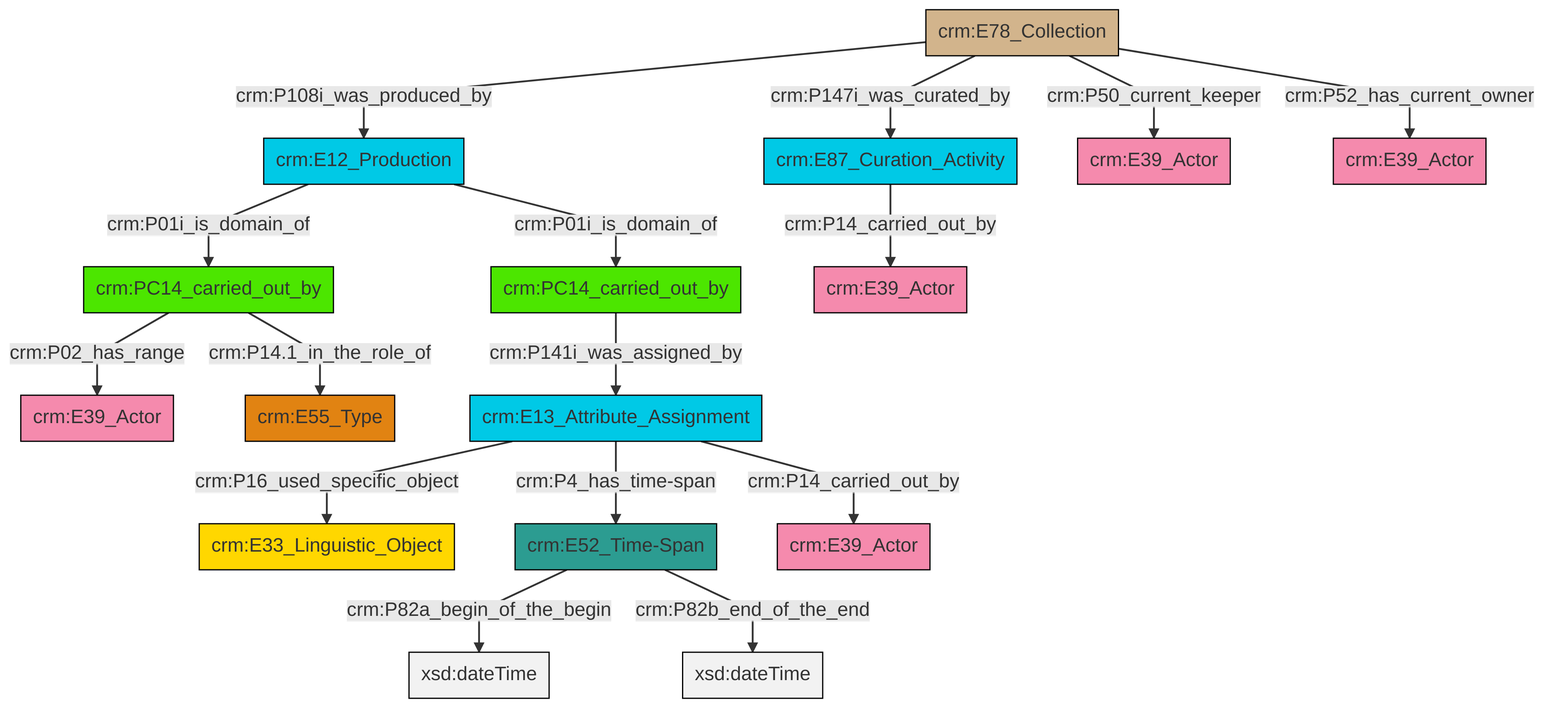
Above: et/archivalCSV/ttl/mmd/png/archival_relation.png in swiss-art-research-net/docs.swissartresearch (Mermaid), before the change. Its source is kept beside it as et/archivalCSV/ttl/mmd/archival_relation.ttl.mmd.
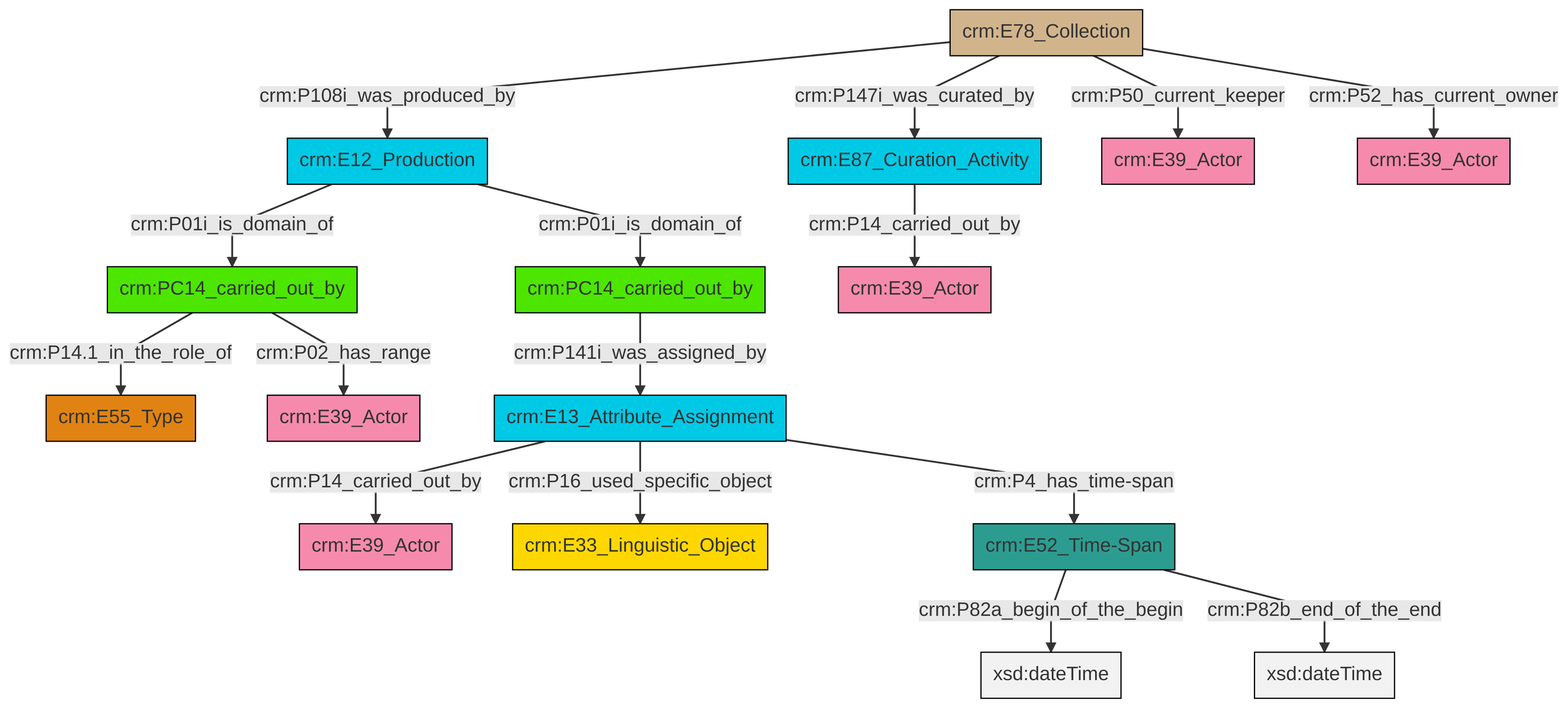
Above is the later version.

Diff of the diagram source:
```diff
@@ -13,18 +13,18 @@
 classDef PC_Classes fill:#4ce600, stroke:#000000;
 classDef Multi fill:#cccccc,stroke:#000000;
 
-0["crm:PC14_carried_out_by"]:::PC_Classes -->|crm:P02_has_range| 1["crm:E39_Actor"]:::Actor
-11["crm:E78_Collection"]:::Physical_Thing -->|crm:P108i_was_produced_by| 12["crm:E12_Production"]:::Temporal_Entity
-12["crm:E12_Production"]:::Temporal_Entity -->|crm:P01i_is_domain_of| 0["crm:PC14_carried_out_by"]:::PC_Classes
-11["crm:E78_Collection"]:::Physical_Thing -->|crm:P147i_was_curated_by| 14["crm:E87_Curation_Activity"]:::Temporal_Entity
-11["crm:E78_Collection"]:::Physical_Thing -->|crm:P50_current_keeper| 15["crm:E39_Actor"]:::Actor
-5["crm:E52_Time-Span"]:::Time-Span -->|crm:P82a_begin_of_the_begin| 16[xsd:dateTime]:::Literal
-0["crm:PC14_carried_out_by"]:::PC_Classes -->|crm:P14.1_in_the_role_of| 19["crm:E55_Type"]:::Type
-5["crm:E52_Time-Span"]:::Time-Span -->|crm:P82b_end_of_the_end| 25[xsd:dateTime]:::Literal
-14["crm:E87_Curation_Activity"]:::Temporal_Entity -->|crm:P14_carried_out_by| 7["crm:E39_Actor"]:::Actor
-12["crm:E12_Production"]:::Temporal_Entity -->|crm:P01i_is_domain_of| 9["crm:PC14_carried_out_by"]:::PC_Classes
-9["crm:PC14_carried_out_by"]:::PC_Classes -->|crm:P141i_was_assigned_by| 3["crm:E13_Attribute_Assignment"]:::Temporal_Entity
-3["crm:E13_Attribute_Assignment"]:::Temporal_Entity -->|crm:P16_used_specific_object| 23["crm:E33_Linguistic_Object"]:::Conceptual_Object
-11["crm:E78_Collection"]:::Physical_Thing -->|crm:P52_has_current_owner| 28["crm:E39_Actor"]:::Actor
-3["crm:E13_Attribute_Assignment"]:::Temporal_Entity -->|crm:P4_has_time-span| 5["crm:E52_Time-Span"]:::Time-Span
-3["crm:E13_Attribute_Assignment"]:::Temporal_Entity -->|crm:P14_carried_out_by| 17["crm:E39_Actor"]:::Actor
+0["crm:E78_Collection"]:::Physical_Thing -->|crm:P108i_was_produced_by| 1["crm:E12_Production"]:::Temporal_Entity
+2["crm:PC14_carried_out_by"]:::PC_Classes -->|crm:P14.1_in_the_role_of| 3["crm:E55_Type"]:::Type
+6["crm:E52_Time-Span"]:::Time-Span -->|crm:P82a_begin_of_the_begin| 7[xsd:dateTime]:::Literal
+8["crm:PC14_carried_out_by"]:::PC_Classes -->|crm:P141i_was_assigned_by| 4["crm:E13_Attribute_Assignment"]:::Temporal_Entity
+0["crm:E78_Collection"]:::Physical_Thing -->|crm:P147i_was_curated_by| 9["crm:E87_Curation_Activity"]:::Temporal_Entity
+4["crm:E13_Attribute_Assignment"]:::Temporal_Entity -->|crm:P14_carried_out_by| 18["crm:E39_Actor"]:::Actor
+1["crm:E12_Production"]:::Temporal_Entity -->|crm:P01i_is_domain_of| 2["crm:PC14_carried_out_by"]:::PC_Classes
+4["crm:E13_Attribute_Assignment"]:::Temporal_Entity -->|crm:P16_used_specific_object| 12["crm:E33_Linguistic_Object"]:::Conceptual_Object
+9["crm:E87_Curation_Activity"]:::Temporal_Entity -->|crm:P14_carried_out_by| 10["crm:E39_Actor"]:::Actor
+1["crm:E12_Production"]:::Temporal_Entity -->|crm:P01i_is_domain_of| 8["crm:PC14_carried_out_by"]:::PC_Classes
+2["crm:PC14_carried_out_by"]:::PC_Classes -->|crm:P02_has_range| 19["crm:E39_Actor"]:::Actor
+4["crm:E13_Attribute_Assignment"]:::Temporal_Entity -->|crm:P4_has_time-span| 6["crm:E52_Time-Span"]:::Time-Span
+0["crm:E78_Collection"]:::Physical_Thing -->|crm:P50_current_keeper| 14["crm:E39_Actor"]:::Actor
+6["crm:E52_Time-Span"]:::Time-Span -->|crm:P82b_end_of_the_end| 29[xsd:dateTime]:::Literal
+0["crm:E78_Collection"]:::Physical_Thing -->|crm:P52_has_current_owner| 22["crm:E39_Actor"]:::Actor
```
